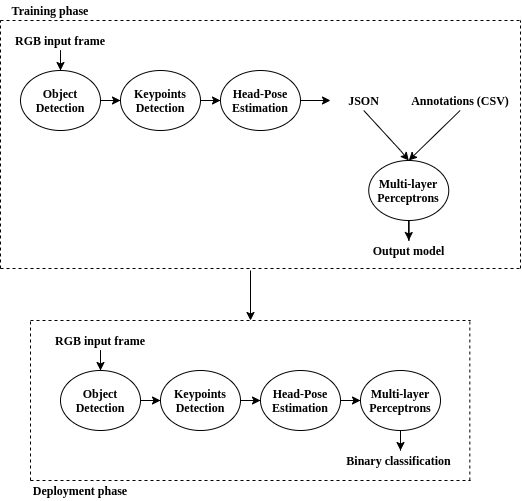
This is teaser/system_diagram.png from junwenkwan/human-robot-handover, a draw.io export, as it was before one commit. Source tidied: cells renumbered, new cells last; positions are measured from the earlier drawing's top-left corner, leaving out a move shared by most shapes. The source it was exported from:
```xml
<mxGraphModel>
  <root>
    <mxCell id="0" />
    <mxCell id="1" parent="0" />
    <mxCell id="2" style="edgeStyle=orthogonalEdgeStyle;rounded=0;jettySize=auto;html=1;" parent="1" edge="1" source="3" target="5">
      <mxGeometry relative="1" as="geometry" />
    </mxCell>
    <mxCell id="3" value="&lt;font face=&quot;Times New Roman&quot;&gt;&lt;b&gt;Object Detection&lt;/b&gt;&lt;/font&gt;" style="ellipse;whiteSpace=wrap;html=1;" parent="1" vertex="1">
      <mxGeometry x="60" y="370" width="80" height="60" as="geometry" />
    </mxCell>
    <mxCell id="4" style="edgeStyle=orthogonalEdgeStyle;rounded=0;jettySize=auto;html=1;" parent="1" edge="1" source="5" target="7">
      <mxGeometry relative="1" as="geometry" />
    </mxCell>
    <mxCell id="5" value="&lt;font face=&quot;Times New Roman&quot;&gt;&lt;b&gt;Keypoints Detection&lt;/b&gt;&lt;/font&gt;" style="ellipse;whiteSpace=wrap;html=1;" parent="1" vertex="1">
      <mxGeometry x="160" y="370" width="80" height="60" as="geometry" />
    </mxCell>
    <mxCell id="6" style="edgeStyle=orthogonalEdgeStyle;rounded=0;jettySize=auto;html=1;" parent="1" edge="1" source="7" target="9">
      <mxGeometry relative="1" as="geometry" />
    </mxCell>
    <mxCell id="7" value="&lt;font face=&quot;Times New Roman&quot;&gt;&lt;b&gt;Head-Pose Estimation&lt;br&gt;&lt;/b&gt;&lt;/font&gt;" style="ellipse;whiteSpace=wrap;html=1;" parent="1" vertex="1">
      <mxGeometry x="260" y="370" width="80" height="60" as="geometry" />
    </mxCell>
    <mxCell id="8" style="edgeStyle=orthogonalEdgeStyle;rounded=0;jettySize=auto;html=1;" parent="1" edge="1" source="9">
      <mxGeometry relative="1" as="geometry">
        <mxPoint x="400" y="450" as="targetPoint" />
      </mxGeometry>
    </mxCell>
    <mxCell id="9" value="&lt;font face=&quot;Times New Roman&quot;&gt;&lt;b&gt;Multi-layer Perceptrons&lt;br&gt;&lt;/b&gt;&lt;/font&gt;" style="ellipse;whiteSpace=wrap;html=1;" parent="1" vertex="1">
      <mxGeometry x="360" y="370" width="80" height="60" as="geometry" />
    </mxCell>
    <mxCell id="10" style="edgeStyle=orthogonalEdgeStyle;rounded=0;jettySize=auto;html=1;" parent="1" edge="1" source="11" target="3">
      <mxGeometry relative="1" as="geometry" />
    </mxCell>
    <mxCell id="11" value="&lt;font face=&quot;Times New Roman&quot;&gt;&lt;b&gt;RGB input frame&lt;/b&gt;&lt;/font&gt;" style="text;html=1;strokeColor=none;fillColor=none;align=center;verticalAlign=middle;whiteSpace=wrap;rounded=0;" parent="1" vertex="1">
      <mxGeometry x="50" y="330" width="100" height="20" as="geometry" />
    </mxCell>
    <mxCell id="12" value="&lt;font face=&quot;Times New Roman&quot;&gt;&lt;b&gt;Binary classification&lt;/b&gt;&lt;/font&gt;" style="text;html=1;strokeColor=none;fillColor=none;align=center;verticalAlign=middle;whiteSpace=wrap;rounded=0;" parent="1" vertex="1">
      <mxGeometry x="340" y="450" width="116.5" height="20" as="geometry" />
    </mxCell>
    <mxCell id="13" style="edgeStyle=orthogonalEdgeStyle;rounded=0;jettySize=auto;html=1;" parent="1" edge="1" source="14" target="16">
      <mxGeometry relative="1" as="geometry" />
    </mxCell>
    <mxCell id="14" value="&lt;font face=&quot;Times New Roman&quot;&gt;&lt;b&gt;Object Detection&lt;/b&gt;&lt;/font&gt;" style="ellipse;whiteSpace=wrap;html=1;" parent="1" vertex="1">
      <mxGeometry x="20" y="70" width="80" height="60" as="geometry" />
    </mxCell>
    <mxCell id="15" style="edgeStyle=orthogonalEdgeStyle;rounded=0;jettySize=auto;html=1;" parent="1" edge="1" source="16" target="18">
      <mxGeometry relative="1" as="geometry" />
    </mxCell>
    <mxCell id="16" value="&lt;font face=&quot;Times New Roman&quot;&gt;&lt;b&gt;Keypoints Detection&lt;/b&gt;&lt;/font&gt;" style="ellipse;whiteSpace=wrap;html=1;" parent="1" vertex="1">
      <mxGeometry x="120" y="70" width="80" height="60" as="geometry" />
    </mxCell>
    <mxCell id="17" style="edgeStyle=orthogonalEdgeStyle;rounded=0;jettySize=auto;html=1;" parent="1" edge="1" source="18" target="24">
      <mxGeometry relative="1" as="geometry" />
    </mxCell>
    <mxCell id="18" value="&lt;font face=&quot;Times New Roman&quot;&gt;&lt;b&gt;Head-Pose Estimation&lt;br&gt;&lt;/b&gt;&lt;/font&gt;" style="ellipse;whiteSpace=wrap;html=1;" parent="1" vertex="1">
      <mxGeometry x="220" y="70" width="80" height="60" as="geometry" />
    </mxCell>
    <mxCell id="19" style="edgeStyle=orthogonalEdgeStyle;rounded=0;jettySize=auto;html=1;entryX=0.5;entryY=0;entryDx=0;entryDy=0;" parent="1" edge="1" source="20" target="23">
      <mxGeometry relative="1" as="geometry" />
    </mxCell>
    <mxCell id="20" value="&lt;font face=&quot;Times New Roman&quot;&gt;&lt;b&gt;Multi-layer Perceptrons&lt;br&gt;&lt;/b&gt;&lt;/font&gt;" style="ellipse;whiteSpace=wrap;html=1;" parent="1" vertex="1">
      <mxGeometry x="368.2" y="160" width="80" height="60" as="geometry" />
    </mxCell>
    <mxCell id="21" style="edgeStyle=orthogonalEdgeStyle;rounded=0;jettySize=auto;html=1;" parent="1" edge="1" source="22" target="14">
      <mxGeometry relative="1" as="geometry" />
    </mxCell>
    <mxCell id="22" value="&lt;font face=&quot;Times New Roman&quot;&gt;&lt;b&gt;RGB input frame&lt;/b&gt;&lt;/font&gt;" style="text;html=1;strokeColor=none;fillColor=none;align=center;verticalAlign=middle;whiteSpace=wrap;rounded=0;" parent="1" vertex="1">
      <mxGeometry x="10" y="30" width="100" height="20" as="geometry" />
    </mxCell>
    <mxCell id="23" value="&lt;font face=&quot;Times New Roman&quot;&gt;&lt;b&gt;Output model&lt;/b&gt;&lt;/font&gt;" style="text;html=1;strokeColor=none;fillColor=none;align=center;verticalAlign=middle;whiteSpace=wrap;rounded=0;" parent="1" vertex="1">
      <mxGeometry x="350" y="240" width="116.5" height="20" as="geometry" />
    </mxCell>
    <mxCell id="24" value="&lt;font face=&quot;Times New Roman&quot;&gt;&lt;b&gt;JSON&lt;br&gt;&lt;/b&gt;&lt;/font&gt;" style="text;html=1;strokeColor=none;fillColor=none;align=center;verticalAlign=middle;whiteSpace=wrap;rounded=0;" parent="1" vertex="1">
      <mxGeometry x="330" y="90" width="66.5" height="20" as="geometry" />
    </mxCell>
    <mxCell id="25" value="&lt;font face=&quot;Times New Roman&quot;&gt;&lt;b&gt;Annotations (CSV)&lt;br&gt;&lt;/b&gt;&lt;/font&gt;" style="text;html=1;strokeColor=none;fillColor=none;align=center;verticalAlign=middle;whiteSpace=wrap;rounded=0;" parent="1" vertex="1">
      <mxGeometry x="405.5" y="90" width="108.2" height="20" as="geometry" />
    </mxCell>
    <mxCell id="26" style="endArrow=classic;html=1;entryX=0.5;entryY=0;entryDx=0;entryDy=0;exitX=0.5;exitY=1;exitDx=0;exitDy=0;" parent="1" edge="1" source="24" target="20">
      <mxGeometry relative="1" as="geometry">
        <Array as="points">
          <mxPoint x="400" y="150" />
        </Array>
      </mxGeometry>
    </mxCell>
    <mxCell id="27" style="endArrow=classic;html=1;entryX=0.5;entryY=0;entryDx=0;entryDy=0;exitX=0.5;exitY=1;exitDx=0;exitDy=0;" parent="1" edge="1" source="25" target="20">
      <mxGeometry relative="1" as="geometry" />
    </mxCell>
    <mxCell id="28" style="endArrow=none;dashed=1;html=1;entryX=0;entryY=1;entryDx=0;entryDy=0;" parent="1" edge="1" target="32">
      <mxGeometry relative="1" as="geometry">
        <mxPoint y="268" as="sourcePoint" />
      </mxGeometry>
    </mxCell>
    <mxCell id="29" style="endArrow=none;dashed=1;html=1;" parent="1" edge="1">
      <mxGeometry relative="1" as="geometry">
        <mxPoint y="268" as="sourcePoint" />
        <mxPoint x="520" y="268" as="targetPoint" />
      </mxGeometry>
    </mxCell>
    <mxCell id="30" style="endArrow=none;dashed=1;html=1;" parent="1" edge="1">
      <mxGeometry relative="1" as="geometry">
        <mxPoint x="520" y="268" as="sourcePoint" />
        <mxPoint x="520" y="20" as="targetPoint" />
      </mxGeometry>
    </mxCell>
    <mxCell id="31" style="endArrow=none;dashed=1;html=1;" parent="1" edge="1">
      <mxGeometry relative="1" as="geometry">
        <mxPoint y="20" as="sourcePoint" />
        <mxPoint x="520" y="20" as="targetPoint" />
      </mxGeometry>
    </mxCell>
    <mxCell id="32" value="&lt;font face=&quot;Times New Roman&quot;&gt;&lt;b&gt;Training phase&lt;/b&gt;&lt;/font&gt;" style="text;html=1;strokeColor=none;fillColor=none;align=center;verticalAlign=middle;whiteSpace=wrap;rounded=0;" parent="1" vertex="1">
      <mxGeometry width="100" height="20" as="geometry" />
    </mxCell>
    <mxCell id="33" style="endArrow=none;dashed=1;html=1;" parent="1" edge="1">
      <mxGeometry relative="1" as="geometry">
        <mxPoint x="30" y="480" as="sourcePoint" />
        <mxPoint x="30" y="320" as="targetPoint" />
      </mxGeometry>
    </mxCell>
    <mxCell id="34" style="endArrow=none;dashed=1;html=1;" parent="1" edge="1">
      <mxGeometry relative="1" as="geometry">
        <mxPoint x="30" y="320" as="sourcePoint" />
        <mxPoint x="470" y="320" as="targetPoint" />
      </mxGeometry>
    </mxCell>
    <mxCell id="35" style="endArrow=none;dashed=1;html=1;" parent="1" edge="1">
      <mxGeometry relative="1" as="geometry">
        <mxPoint x="469.3" y="480" as="sourcePoint" />
        <mxPoint x="469.3" y="320" as="targetPoint" />
      </mxGeometry>
    </mxCell>
    <mxCell id="36" style="endArrow=none;dashed=1;html=1;" parent="1" edge="1">
      <mxGeometry relative="1" as="geometry">
        <mxPoint x="30" y="480" as="sourcePoint" />
        <mxPoint x="470" y="480" as="targetPoint" />
      </mxGeometry>
    </mxCell>
    <mxCell id="37" value="&lt;font face=&quot;Times New Roman&quot;&gt;&lt;b&gt;Deployment phase&lt;/b&gt;&lt;/font&gt;" style="text;html=1;strokeColor=none;fillColor=none;align=center;verticalAlign=middle;whiteSpace=wrap;rounded=0;" parent="1" vertex="1">
      <mxGeometry x="30" y="480" width="100" height="20" as="geometry" />
    </mxCell>
    <mxCell id="38" style="endArrow=classic;html=1;" parent="1" edge="1">
      <mxGeometry relative="1" as="geometry">
        <mxPoint x="250" y="270" as="sourcePoint" />
        <mxPoint x="250" y="320" as="targetPoint" />
      </mxGeometry>
    </mxCell>
  </root>
</mxGraphModel>
```
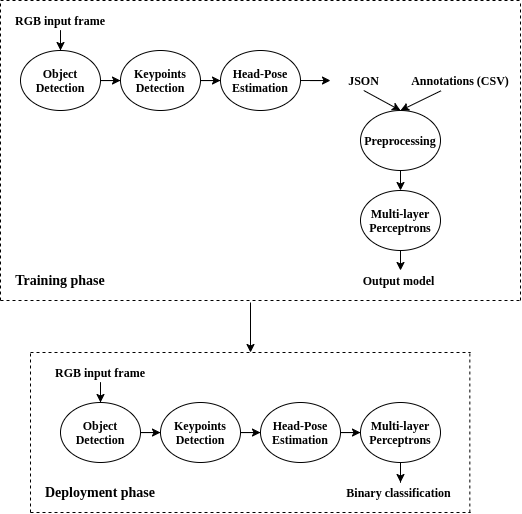
After the change.

Commit message:
Updated system diagram

Change to the diagram source:
```diff
@@ -6,36 +6,36 @@
       <mxGeometry relative="1" as="geometry" />
     </mxCell>
     <mxCell id="3" value="&lt;font face=&quot;Times New Roman&quot;&gt;&lt;b&gt;Object Detection&lt;/b&gt;&lt;/font&gt;" style="ellipse;whiteSpace=wrap;html=1;" parent="1" vertex="1">
-      <mxGeometry x="60" y="370" width="80" height="60" as="geometry" />
+      <mxGeometry x="60" y="422" width="80" height="60" as="geometry" />
     </mxCell>
     <mxCell id="4" style="edgeStyle=orthogonalEdgeStyle;rounded=0;jettySize=auto;html=1;" parent="1" edge="1" source="5" target="7">
       <mxGeometry relative="1" as="geometry" />
     </mxCell>
     <mxCell id="5" value="&lt;font face=&quot;Times New Roman&quot;&gt;&lt;b&gt;Keypoints Detection&lt;/b&gt;&lt;/font&gt;" style="ellipse;whiteSpace=wrap;html=1;" parent="1" vertex="1">
-      <mxGeometry x="160" y="370" width="80" height="60" as="geometry" />
+      <mxGeometry x="160" y="422" width="80" height="60" as="geometry" />
     </mxCell>
     <mxCell id="6" style="edgeStyle=orthogonalEdgeStyle;rounded=0;jettySize=auto;html=1;" parent="1" edge="1" source="7" target="9">
       <mxGeometry relative="1" as="geometry" />
     </mxCell>
     <mxCell id="7" value="&lt;font face=&quot;Times New Roman&quot;&gt;&lt;b&gt;Head-Pose Estimation&lt;br&gt;&lt;/b&gt;&lt;/font&gt;" style="ellipse;whiteSpace=wrap;html=1;" parent="1" vertex="1">
-      <mxGeometry x="260" y="370" width="80" height="60" as="geometry" />
+      <mxGeometry x="260" y="422" width="80" height="60" as="geometry" />
     </mxCell>
     <mxCell id="8" style="edgeStyle=orthogonalEdgeStyle;rounded=0;jettySize=auto;html=1;" parent="1" edge="1" source="9">
       <mxGeometry relative="1" as="geometry">
-        <mxPoint x="400" y="450" as="targetPoint" />
+        <mxPoint x="400" y="502" as="targetPoint" />
       </mxGeometry>
     </mxCell>
     <mxCell id="9" value="&lt;font face=&quot;Times New Roman&quot;&gt;&lt;b&gt;Multi-layer Perceptrons&lt;br&gt;&lt;/b&gt;&lt;/font&gt;" style="ellipse;whiteSpace=wrap;html=1;" parent="1" vertex="1">
-      <mxGeometry x="360" y="370" width="80" height="60" as="geometry" />
+      <mxGeometry x="360" y="422" width="80" height="60" as="geometry" />
     </mxCell>
     <mxCell id="10" style="edgeStyle=orthogonalEdgeStyle;rounded=0;jettySize=auto;html=1;" parent="1" edge="1" source="11" target="3">
       <mxGeometry relative="1" as="geometry" />
     </mxCell>
     <mxCell id="11" value="&lt;font face=&quot;Times New Roman&quot;&gt;&lt;b&gt;RGB input frame&lt;/b&gt;&lt;/font&gt;" style="text;html=1;strokeColor=none;fillColor=none;align=center;verticalAlign=middle;whiteSpace=wrap;rounded=0;" parent="1" vertex="1">
-      <mxGeometry x="50" y="330" width="100" height="20" as="geometry" />
+      <mxGeometry x="50" y="382" width="100" height="20" as="geometry" />
     </mxCell>
     <mxCell id="12" value="&lt;font face=&quot;Times New Roman&quot;&gt;&lt;b&gt;Binary classification&lt;/b&gt;&lt;/font&gt;" style="text;html=1;strokeColor=none;fillColor=none;align=center;verticalAlign=middle;whiteSpace=wrap;rounded=0;" parent="1" vertex="1">
-      <mxGeometry x="340" y="450" width="116.5" height="20" as="geometry" />
+      <mxGeometry x="340" y="502" width="116.5" height="20" as="geometry" />
     </mxCell>
     <mxCell id="13" style="edgeStyle=orthogonalEdgeStyle;rounded=0;jettySize=auto;html=1;" parent="1" edge="1" source="14" target="16">
       <mxGeometry relative="1" as="geometry" />
@@ -55,11 +55,14 @@
     <mxCell id="18" value="&lt;font face=&quot;Times New Roman&quot;&gt;&lt;b&gt;Head-Pose Estimation&lt;br&gt;&lt;/b&gt;&lt;/font&gt;" style="ellipse;whiteSpace=wrap;html=1;" parent="1" vertex="1">
       <mxGeometry x="220" y="70" width="80" height="60" as="geometry" />
     </mxCell>
-    <mxCell id="19" style="edgeStyle=orthogonalEdgeStyle;rounded=0;jettySize=auto;html=1;entryX=0.5;entryY=0;entryDx=0;entryDy=0;" parent="1" edge="1" source="20" target="23">
-      <mxGeometry relative="1" as="geometry" />
+    <mxCell id="19" style="edgeStyle=orthogonalEdgeStyle;rounded=0;orthogonalLoop=1;jettySize=auto;html=1;entryX=0.5;entryY=0;entryDx=0;entryDy=0;" parent="1" edge="1">
+      <mxGeometry relative="1" as="geometry">
+        <mxPoint x="400" y="190" as="sourcePoint" />
+        <mxPoint x="400" y="210" as="targetPoint" />
+      </mxGeometry>
     </mxCell>
-    <mxCell id="20" value="&lt;font face=&quot;Times New Roman&quot;&gt;&lt;b&gt;Multi-layer Perceptrons&lt;br&gt;&lt;/b&gt;&lt;/font&gt;" style="ellipse;whiteSpace=wrap;html=1;" parent="1" vertex="1">
-      <mxGeometry x="368.2" y="160" width="80" height="60" as="geometry" />
+    <mxCell id="20" value="&lt;font face=&quot;Times New Roman&quot;&gt;&lt;b&gt;Preprocessing&lt;br&gt;&lt;/b&gt;&lt;/font&gt;" style="ellipse;whiteSpace=wrap;html=1;" parent="1" vertex="1">
+      <mxGeometry x="360" y="130" width="80" height="60" as="geometry" />
     </mxCell>
     <mxCell id="21" style="edgeStyle=orthogonalEdgeStyle;rounded=0;jettySize=auto;html=1;" parent="1" edge="1" source="22" target="14">
       <mxGeometry relative="1" as="geometry" />
@@ -67,39 +70,21 @@
     <mxCell id="22" value="&lt;font face=&quot;Times New Roman&quot;&gt;&lt;b&gt;RGB input frame&lt;/b&gt;&lt;/font&gt;" style="text;html=1;strokeColor=none;fillColor=none;align=center;verticalAlign=middle;whiteSpace=wrap;rounded=0;" parent="1" vertex="1">
       <mxGeometry x="10" y="30" width="100" height="20" as="geometry" />
     </mxCell>
-    <mxCell id="23" value="&lt;font face=&quot;Times New Roman&quot;&gt;&lt;b&gt;Output model&lt;/b&gt;&lt;/font&gt;" style="text;html=1;strokeColor=none;fillColor=none;align=center;verticalAlign=middle;whiteSpace=wrap;rounded=0;" parent="1" vertex="1">
-      <mxGeometry x="350" y="240" width="116.5" height="20" as="geometry" />
-    </mxCell>
     <mxCell id="24" value="&lt;font face=&quot;Times New Roman&quot;&gt;&lt;b&gt;JSON&lt;br&gt;&lt;/b&gt;&lt;/font&gt;" style="text;html=1;strokeColor=none;fillColor=none;align=center;verticalAlign=middle;whiteSpace=wrap;rounded=0;" parent="1" vertex="1">
       <mxGeometry x="330" y="90" width="66.5" height="20" as="geometry" />
     </mxCell>
     <mxCell id="25" value="&lt;font face=&quot;Times New Roman&quot;&gt;&lt;b&gt;Annotations (CSV)&lt;br&gt;&lt;/b&gt;&lt;/font&gt;" style="text;html=1;strokeColor=none;fillColor=none;align=center;verticalAlign=middle;whiteSpace=wrap;rounded=0;" parent="1" vertex="1">
       <mxGeometry x="405.5" y="90" width="108.2" height="20" as="geometry" />
     </mxCell>
-    <mxCell id="26" style="endArrow=classic;html=1;entryX=0.5;entryY=0;entryDx=0;entryDy=0;exitX=0.5;exitY=1;exitDx=0;exitDy=0;" parent="1" edge="1" source="24" target="20">
-      <mxGeometry relative="1" as="geometry">
-        <Array as="points">
-          <mxPoint x="400" y="150" />
-        </Array>
-      </mxGeometry>
-    </mxCell>
-    <mxCell id="27" style="endArrow=classic;html=1;entryX=0.5;entryY=0;entryDx=0;entryDy=0;exitX=0.5;exitY=1;exitDx=0;exitDy=0;" parent="1" edge="1" source="25" target="20">
-      <mxGeometry relative="1" as="geometry" />
-    </mxCell>
-    <mxCell id="28" style="endArrow=none;dashed=1;html=1;entryX=0;entryY=1;entryDx=0;entryDy=0;" parent="1" edge="1" target="32">
-      <mxGeometry relative="1" as="geometry">
-        <mxPoint y="268" as="sourcePoint" />
-      </mxGeometry>
-    </mxCell>
     <mxCell id="29" style="endArrow=none;dashed=1;html=1;" parent="1" edge="1">
       <mxGeometry relative="1" as="geometry">
-        <mxPoint y="268" as="sourcePoint" />
-        <mxPoint x="520" y="268" as="targetPoint" />
+        <mxPoint y="320" as="sourcePoint" />
+        <mxPoint x="520" y="320" as="targetPoint" />
       </mxGeometry>
     </mxCell>
     <mxCell id="30" style="endArrow=none;dashed=1;html=1;" parent="1" edge="1">
       <mxGeometry relative="1" as="geometry">
-        <mxPoint x="520" y="268" as="sourcePoint" />
+        <mxPoint x="520" y="320" as="sourcePoint" />
         <mxPoint x="520" y="20" as="targetPoint" />
       </mxGeometry>
     </mxCell>
@@ -109,41 +94,65 @@
         <mxPoint x="520" y="20" as="targetPoint" />
       </mxGeometry>
     </mxCell>
-    <mxCell id="32" value="&lt;font face=&quot;Times New Roman&quot;&gt;&lt;b&gt;Training phase&lt;/b&gt;&lt;/font&gt;" style="text;html=1;strokeColor=none;fillColor=none;align=center;verticalAlign=middle;whiteSpace=wrap;rounded=0;" parent="1" vertex="1">
-      <mxGeometry width="100" height="20" as="geometry" />
+    <mxCell id="32" value="&lt;font face=&quot;Times New Roman&quot; style=&quot;font-size: 14px;&quot;&gt;&lt;b style=&quot;font-size: 14px;&quot;&gt;Training phase&lt;/b&gt;&lt;/font&gt;" style="text;html=1;strokeColor=none;fillColor=none;align=center;verticalAlign=middle;whiteSpace=wrap;rounded=0;fontSize=14;" parent="1" vertex="1">
+      <mxGeometry x="10" y="290" width="100" height="20" as="geometry" />
     </mxCell>
     <mxCell id="33" style="endArrow=none;dashed=1;html=1;" parent="1" edge="1">
       <mxGeometry relative="1" as="geometry">
-        <mxPoint x="30" y="480" as="sourcePoint" />
-        <mxPoint x="30" y="320" as="targetPoint" />
+        <mxPoint x="30" y="532" as="sourcePoint" />
+        <mxPoint x="30" y="372" as="targetPoint" />
       </mxGeometry>
     </mxCell>
     <mxCell id="34" style="endArrow=none;dashed=1;html=1;" parent="1" edge="1">
       <mxGeometry relative="1" as="geometry">
-        <mxPoint x="30" y="320" as="sourcePoint" />
-        <mxPoint x="470" y="320" as="targetPoint" />
+        <mxPoint x="30" y="372" as="sourcePoint" />
+        <mxPoint x="470" y="372" as="targetPoint" />
       </mxGeometry>
     </mxCell>
     <mxCell id="35" style="endArrow=none;dashed=1;html=1;" parent="1" edge="1">
       <mxGeometry relative="1" as="geometry">
-        <mxPoint x="469.3" y="480" as="sourcePoint" />
-        <mxPoint x="469.3" y="320" as="targetPoint" />
+        <mxPoint x="469.3" y="532" as="sourcePoint" />
+        <mxPoint x="469.3" y="372" as="targetPoint" />
       </mxGeometry>
     </mxCell>
     <mxCell id="36" style="endArrow=none;dashed=1;html=1;" parent="1" edge="1">
       <mxGeometry relative="1" as="geometry">
-        <mxPoint x="30" y="480" as="sourcePoint" />
-        <mxPoint x="470" y="480" as="targetPoint" />
+        <mxPoint x="30" y="532" as="sourcePoint" />
+        <mxPoint x="470" y="532" as="targetPoint" />
       </mxGeometry>
     </mxCell>
-    <mxCell id="37" value="&lt;font face=&quot;Times New Roman&quot;&gt;&lt;b&gt;Deployment phase&lt;/b&gt;&lt;/font&gt;" style="text;html=1;strokeColor=none;fillColor=none;align=center;verticalAlign=middle;whiteSpace=wrap;rounded=0;" parent="1" vertex="1">
-      <mxGeometry x="30" y="480" width="100" height="20" as="geometry" />
+    <mxCell id="37" value="&lt;font face=&quot;Times New Roman&quot; style=&quot;font-size: 14px;&quot;&gt;&lt;b style=&quot;font-size: 14px;&quot;&gt;Deployment phase&lt;/b&gt;&lt;/font&gt;" style="text;html=1;strokeColor=none;fillColor=none;align=center;verticalAlign=middle;whiteSpace=wrap;rounded=0;fontSize=14;" parent="1" vertex="1">
+      <mxGeometry x="40" y="502" width="120" height="20" as="geometry" />
     </mxCell>
     <mxCell id="38" style="endArrow=classic;html=1;" parent="1" edge="1">
       <mxGeometry relative="1" as="geometry">
-        <mxPoint x="250" y="270" as="sourcePoint" />
-        <mxPoint x="250" y="320" as="targetPoint" />
+        <mxPoint x="250" y="322" as="sourcePoint" />
+        <mxPoint x="250" y="372" as="targetPoint" />
       </mxGeometry>
     </mxCell>
+    <mxCell id="39" value="&lt;font face=&quot;Times New Roman&quot;&gt;&lt;b&gt;Multi-layer Perceptrons&lt;br&gt;&lt;/b&gt;&lt;/font&gt;" style="ellipse;whiteSpace=wrap;html=1;" parent="1" vertex="1">
+      <mxGeometry x="360" y="210" width="80" height="60" as="geometry" />
+    </mxCell>
+    <mxCell id="26" style="endArrow=classic;html=1;entryX=0.5;entryY=0;entryDx=0;entryDy=0;exitX=0.5;exitY=1;exitDx=0;exitDy=0;" parent="1" edge="1" source="24" target="20">
+      <mxGeometry relative="1" as="geometry" />
+    </mxCell>
+    <mxCell id="27" style="endArrow=classic;html=1;entryX=0.5;entryY=0;entryDx=0;entryDy=0;exitX=0.323;exitY=1.016;exitDx=0;exitDy=0;exitPerimeter=0;" parent="1" edge="1" source="25" target="20">
+      <mxGeometry relative="1" as="geometry" />
+    </mxCell>
+    <mxCell id="40" style="edgeStyle=orthogonalEdgeStyle;rounded=0;orthogonalLoop=1;jettySize=auto;html=1;" parent="1" edge="1">
+      <mxGeometry relative="1" as="geometry">
+        <mxPoint x="400" y="270" as="sourcePoint" />
+        <mxPoint x="400" y="290" as="targetPoint" />
+      </mxGeometry>
+    </mxCell>
+    <mxCell id="23" value="&lt;font face=&quot;Times New Roman&quot;&gt;&lt;b&gt;Output model&lt;br&gt;&lt;/b&gt;&lt;/font&gt;" style="text;html=1;strokeColor=none;fillColor=none;align=center;verticalAlign=middle;whiteSpace=wrap;rounded=0;" parent="1" vertex="1">
+      <mxGeometry x="340" y="290" width="116.5" height="20" as="geometry" />
+    </mxCell>
+    <mxCell id="41" style="endArrow=none;dashed=1;html=1;" parent="1" edge="1">
+      <mxGeometry relative="1" as="geometry">
+        <mxPoint y="320" as="sourcePoint" />
+        <mxPoint y="20" as="targetPoint" />
+      </mxGeometry>
+    </mxCell>
   </root>
 </mxGraphModel>
```
